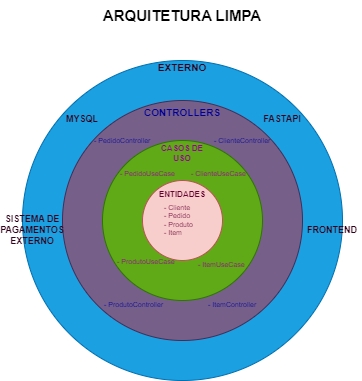
Above: Clean Architecture.drawio.png in salomao-polegar/sistema_restaurante (draw.io), before the change. Source tidied: cells renumbered, new cells last; positions are measured from the earlier drawing's top-left corner, leaving out a move shared by most shapes.
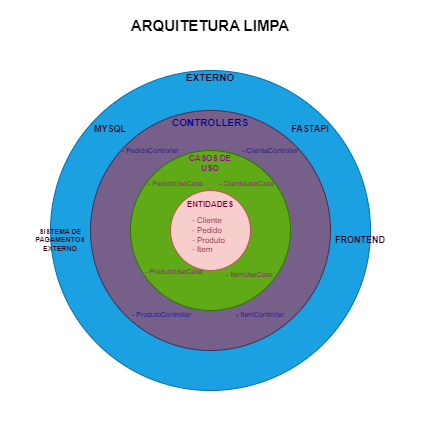
The same file after the commit.

Diff of the diagram source:
```diff
@@ -2,6 +2,9 @@
   <root>
     <mxCell id="0" />
     <mxCell id="1" parent="0" />
+    <mxCell id="24" style="whiteSpace=wrap;html=1;strokeColor=none;" parent="1" vertex="1">
+      <mxGeometry x="-30" y="-10" width="420" height="420" as="geometry" />
+    </mxCell>
     <mxCell id="2" style="ellipse;whiteSpace=wrap;html=1;fillColor=#1ba1e2;fontColor=#ffffff;strokeColor=#006EAF;" parent="1" vertex="1">
       <mxGeometry x="20" y="60" width="320" height="320" as="geometry" />
     </mxCell>
@@ -17,8 +20,8 @@
     <mxCell id="6" value="ENTIDADES" style="text;html=1;align=center;verticalAlign=middle;whiteSpace=wrap;rounded=0;fontSize=8;fontColor=#660033;fontStyle=1;" parent="1" vertex="1">
       <mxGeometry x="160" y="189" width="40" height="10" as="geometry" />
     </mxCell>
-    <mxCell id="7" value="- Cliente&lt;div style=&quot;font-size: 7px;&quot;&gt;- Pedido&lt;/div&gt;&lt;div style=&quot;font-size: 7px;&quot;&gt;- Produto&lt;/div&gt;&lt;div style=&quot;font-size: 7px;&quot;&gt;- Item&lt;/div&gt;" style="text;html=1;align=left;verticalAlign=middle;whiteSpace=wrap;rounded=0;fontSize=7;fontColor=#660033;" parent="1" vertex="1">
-      <mxGeometry x="160" y="200" width="40" height="40" as="geometry" />
+    <mxCell id="7" value="- Cliente&lt;div style=&quot;font-size: 8px;&quot;&gt;- Pedido&lt;/div&gt;&lt;div style=&quot;font-size: 8px;&quot;&gt;- Produto&lt;/div&gt;&lt;div style=&quot;font-size: 8px;&quot;&gt;- Item&lt;/div&gt;" style="text;html=1;align=left;verticalAlign=middle;whiteSpace=wrap;rounded=0;fontSize=8;fontColor=#660033;" parent="1" vertex="1">
+      <mxGeometry x="160" y="205" width="40" height="40" as="geometry" />
     </mxCell>
     <mxCell id="8" value="CASOS DE USO" style="text;html=1;align=center;verticalAlign=middle;whiteSpace=wrap;rounded=0;fontSize=8;fontColor=#990099;fontStyle=1;" parent="1" vertex="1">
       <mxGeometry x="150" y="148" width="60" height="10" as="geometry" />
@@ -59,7 +62,7 @@
     <mxCell id="20" value="MYSQL" style="text;html=1;align=center;verticalAlign=middle;whiteSpace=wrap;rounded=0;fontSize=9;fontColor=#33001A;fontStyle=1;" parent="1" vertex="1">
       <mxGeometry x="50" y="114" width="60" height="10" as="geometry" />
     </mxCell>
-    <mxCell id="21" value="SISTEMA DE PAGAMENTOS EXTERNO" style="text;html=1;align=center;verticalAlign=middle;whiteSpace=wrap;rounded=0;fontSize=9;fontColor=#33001A;fontStyle=1;" parent="1" vertex="1">
+    <mxCell id="21" value="SISTEMA DE PAGAMENTOS EXTERNO" style="text;html=1;align=center;verticalAlign=middle;whiteSpace=wrap;rounded=0;fontSize=7;fontColor=#33001A;fontStyle=1;" parent="1" vertex="1">
       <mxGeometry y="210" width="60" height="40" as="geometry" />
     </mxCell>
     <mxCell id="22" value="FRONTEND" style="text;html=1;align=center;verticalAlign=middle;whiteSpace=wrap;rounded=0;fontSize=9;fontColor=#33001A;fontStyle=1;" parent="1" vertex="1">
```
